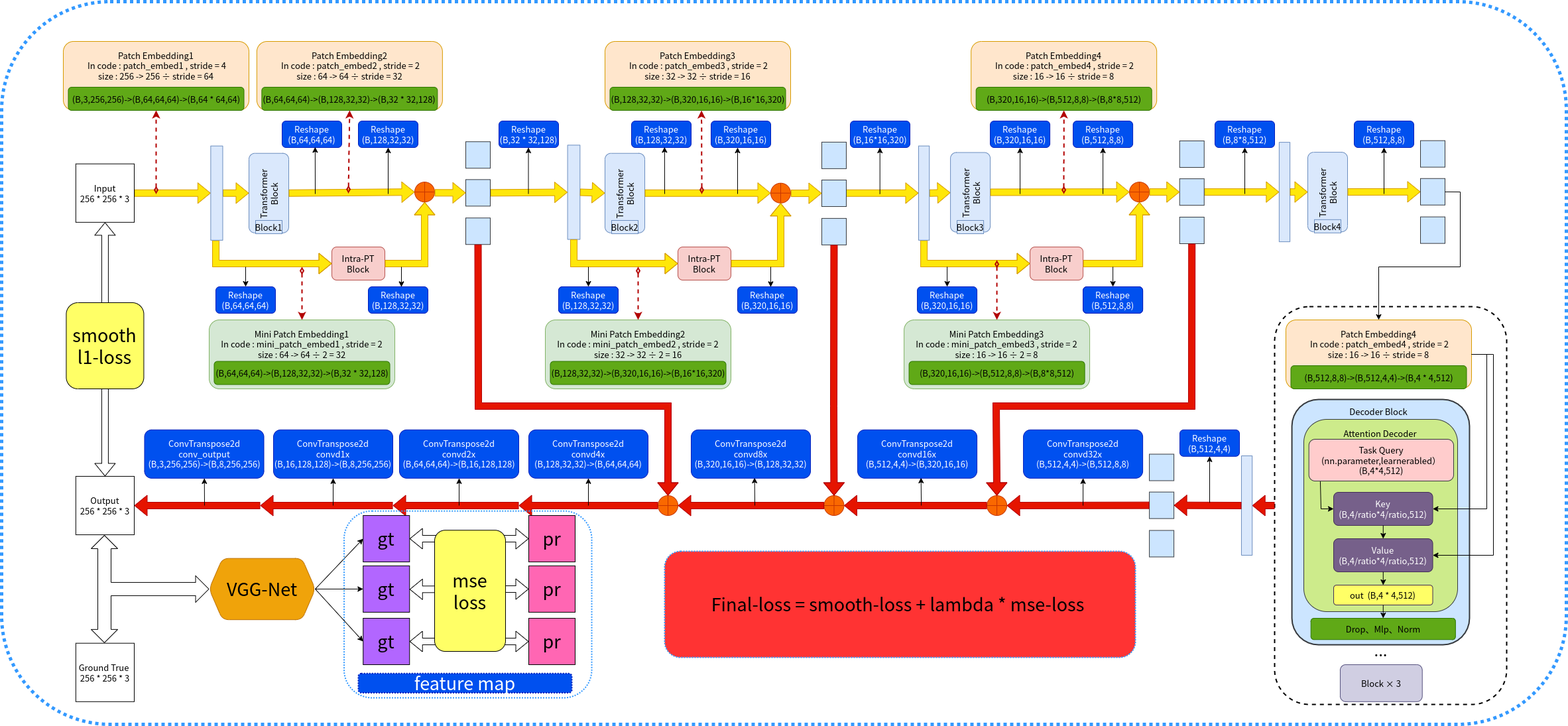
The draw.io diagram imgs/Transform_weather_structure _explain.png in CHENHUI-X/ImproveTransweather, before a commit. Source tidied: cells renumbered, new cells last; positions are measured from the earlier drawing's top-left corner, leaving out a move shared by most shapes.
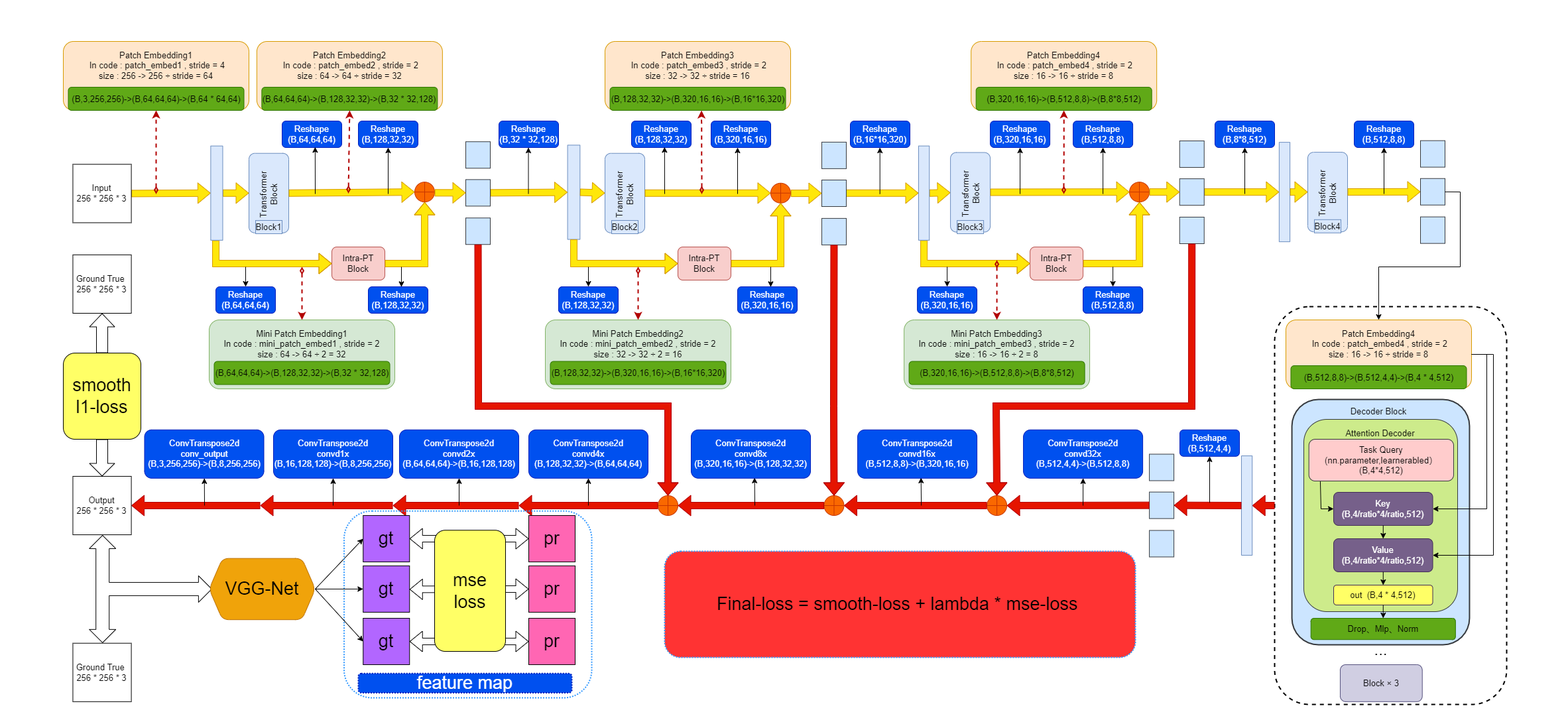
After the commit.

Commit message:
Fine tune the code

Diff of the diagram source:
```diff
@@ -2,7 +2,7 @@
   <root>
     <mxCell id="0" />
     <mxCell id="1" parent="0" />
-    <mxCell id="2" style="rounded=1;whiteSpace=wrap;html=1;dashed=1;dashPattern=1 1;strokeColor=#3399FF;strokeWidth=5;fontSize=27;fontColor=#000000;fillColor=none;" parent="1" vertex="1">
+    <mxCell id="2" style="rounded=1;whiteSpace=wrap;html=1;dashed=1;dashPattern=1 1;strokeColor=none;strokeWidth=5;fontSize=27;fontColor=#000000;fillColor=none;" parent="1" vertex="1">
       <mxGeometry width="2360" height="1090" as="geometry" />
     </mxCell>
     <mxCell id="3" style="rounded=1;whiteSpace=wrap;html=1;dashed=1;strokeColor=default;fontSize=13;fillColor=none;strokeWidth=2;" parent="1" vertex="1">
@@ -171,7 +171,7 @@
       </mxGeometry>
     </mxCell>
     <mxCell id="45" value="Input&lt;br style=&quot;font-size: 13px;&quot;&gt;256 * 256 * 3" style="whiteSpace=wrap;html=1;fontSize=13;" parent="1" vertex="1">
-      <mxGeometry x="111.9" y="244.7" width="88.1" height="88.1" as="geometry" />
+      <mxGeometry x="107.4" y="245.3" width="88.1" height="88.1" as="geometry" />
     </mxCell>
     <mxCell id="46" style="endArrow=classic;html=1;rounded=0;entryX=0.5;entryY=1;entryDx=0;entryDy=0;strokeWidth=2;dashed=1;startArrow=diamondThin;startFill=0;fillColor=#e51400;strokeColor=#B20000;fontSize=13;" parent="1" edge="1" target="62">
       <mxGeometry relative="1" as="geometry">
@@ -587,7 +587,7 @@
     <mxCell id="159" style="shape=orEllipse;perimeter=ellipsePerimeter;whiteSpace=wrap;html=1;backgroundOutline=1;fillColor=#fa6800;fontColor=#000000;strokeColor=#C73500;fontSize=13;" parent="1" vertex="1">
       <mxGeometry x="1240.5" y="745" width="30" height="30" as="geometry" />
     </mxCell>
-    <mxCell id="160" value="ConvTranspose2d&lt;br&gt;convd16x&lt;br&gt;(B,512,4,4)-&amp;gt;(B,320,16,16)" style="rounded=1;whiteSpace=wrap;html=1;strokeColor=#001DBC;strokeWidth=1;fontSize=13;fillColor=#0050ef;fontColor=#ffffff;" parent="1" vertex="1">
+    <mxCell id="160" value="ConvTranspose2d&lt;br&gt;convd16x&lt;br&gt;(B,512,8,8)-&amp;gt;(B,320,16,16)" style="rounded=1;whiteSpace=wrap;html=1;strokeColor=#001DBC;strokeWidth=1;fontSize=13;fillColor=#0050ef;fontColor=#ffffff;" parent="1" vertex="1">
       <mxGeometry x="1291.1" y="645.8" width="180" height="73" as="geometry" />
     </mxCell>
     <mxCell id="161" style="shape=flexArrow;endArrow=classic;html=1;rounded=0;fillColor=#e51400;strokeColor=#B20000;fontSize=13;entryX=0.5;entryY=0;entryDx=0;entryDy=0;exitX=0.5;exitY=1;exitDx=0;exitDy=0;" parent="1" edge="1" source="106" target="159">
@@ -674,19 +674,16 @@
       </mxGeometry>
     </mxCell>
     <mxCell id="179" value="Output&lt;br style=&quot;font-size: 13px;&quot;&gt;256 * 256 * 3" style="whiteSpace=wrap;html=1;fontSize=13;" parent="1" vertex="1">
-      <mxGeometry x="111.9" y="715.9" width="88.1" height="88.1" as="geometry" />
+      <mxGeometry x="107.4" y="715.9" width="88.1" height="88.1" as="geometry" />
     </mxCell>
-    <mxCell id="180" style="shape=flexArrow;endArrow=classic;startArrow=classic;html=1;rounded=0;fontSize=13;fontColor=#000000;entryX=0.5;entryY=1;entryDx=0;entryDy=0;exitX=0.5;exitY=0;exitDx=0;exitDy=0;" parent="1" edge="1" source="179" target="45">
+    <mxCell id="180" style="shape=flexArrow;endArrow=classic;startArrow=none;html=1;rounded=0;fontSize=13;fontColor=#000000;exitX=0.5;exitY=0;exitDx=0;exitDy=0;entryX=0.5;entryY=1;entryDx=0;entryDy=0;width=17;endSize=6.33;" parent="1" edge="1" source="181" target="201">
       <mxGeometry relative="1" as="geometry" />
     </mxCell>
-    <mxCell id="181" value="smooth&lt;br&gt;l1-loss" style="rounded=1;whiteSpace=wrap;html=1;strokeColor=default;strokeWidth=1;fontSize=27;fontColor=#000000;fillColor=#FFFF66;" parent="1" vertex="1">
-      <mxGeometry x="97.4" y="454" width="117" height="130" as="geometry" />
-    </mxCell>
     <mxCell id="182" value="Ground True&amp;nbsp;&lt;br style=&quot;font-size: 13px;&quot;&gt;256 * 256 * 3" style="whiteSpace=wrap;html=1;fontSize=13;" parent="1" vertex="1">
-      <mxGeometry x="111.9" y="967.7" width="88.1" height="88.1" as="geometry" />
+      <mxGeometry x="107.4" y="967.7" width="88.1" height="88.1" as="geometry" />
     </mxCell>
     <mxCell id="183" style="html=1;shadow=0;dashed=0;align=center;verticalAlign=middle;shape=mxgraph.arrows2.triadArrow;dy=10;dx=20;arrowHead=40;rounded=1;strokeColor=default;strokeWidth=1;fontSize=27;fontColor=#000000;fillColor=none;rotation=90;" parent="1" vertex="1">
-      <mxGeometry x="142.8" y="797.2" width="161.9" height="177.5" as="geometry" />
+      <mxGeometry x="143.6" y="793.6" width="161.9" height="184.7" as="geometry" />
     </mxCell>
     <mxCell id="184" value="VGG-Net" style="shape=hexagon;perimeter=hexagonPerimeter2;whiteSpace=wrap;html=1;fixedSize=1;rounded=1;strokeColor=#BD7000;strokeWidth=1;fontSize=27;fontColor=#000000;fillColor=#f0a30a;" parent="1" vertex="1">
       <mxGeometry x="313" y="839.7" width="160" height="92.5" as="geometry" />
@@ -741,5 +738,14 @@
     <mxCell id="200" value="Final-loss =&amp;nbsp;smooth-loss + lambda * mse-loss&amp;nbsp;" style="rounded=1;whiteSpace=wrap;html=1;dashed=1;dashPattern=1 1;strokeColor=#3399FF;strokeWidth=2;fontSize=27;fontColor=#000000;fillColor=#FF3333;" parent="1" vertex="1">
       <mxGeometry x="1000" y="829.1" width="710" height="160" as="geometry" />
     </mxCell>
+    <mxCell id="201" value="Ground True&amp;nbsp;&lt;br style=&quot;font-size: 13px;&quot;&gt;256 * 256 * 3" style="whiteSpace=wrap;html=1;fontSize=13;" parent="1" vertex="1">
+      <mxGeometry x="107.4" y="381.9" width="88.1" height="88.1" as="geometry" />
+    </mxCell>
+    <mxCell id="181" value="smooth&lt;br&gt;l1-loss" style="rounded=1;whiteSpace=wrap;html=1;strokeColor=default;strokeWidth=1;fontSize=27;fontColor=#000000;fillColor=#FFFF66;" parent="1" vertex="1">
+      <mxGeometry x="93" y="530" width="117" height="130" as="geometry" />
+    </mxCell>
+    <mxCell id="202" style="shape=flexArrow;endArrow=none;startArrow=classic;html=1;rounded=0;fontSize=13;fontColor=#000000;exitX=0.5;exitY=0;exitDx=0;exitDy=0;entryX=0.5;entryY=1;entryDx=0;entryDy=0;width=17;endSize=6.33;" parent="1" edge="1" source="179" target="181">
+      <mxGeometry relative="1" as="geometry" />
+    </mxCell>
   </root>
 </mxGraphModel>
```
